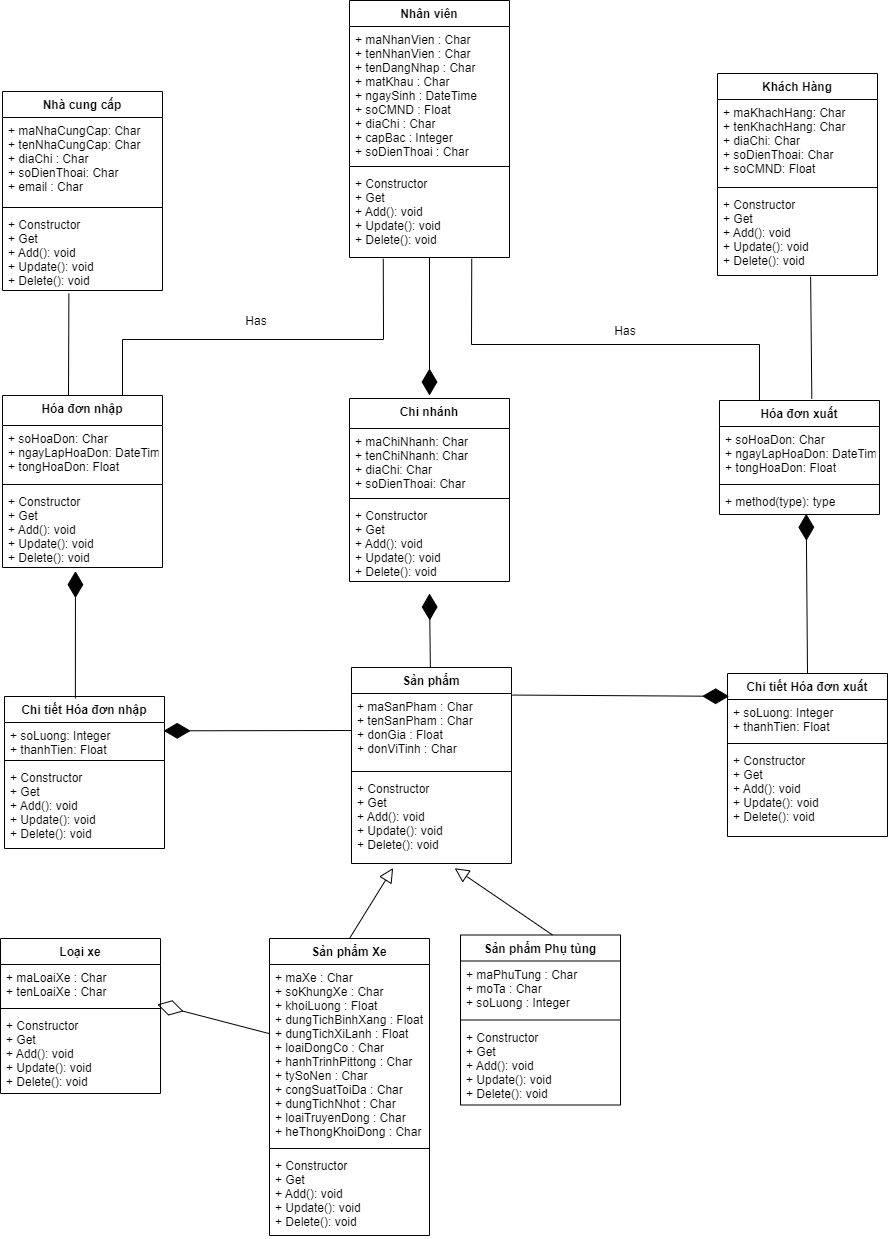
The draw.io diagram Sơ Đồ Class.png in ChauCongTu/thiet-ke-linh-tinh, before a commit. Source tidied: cells renumbered, new cells last; positions are measured from the earlier drawing's top-left corner, leaving out a move shared by most shapes.
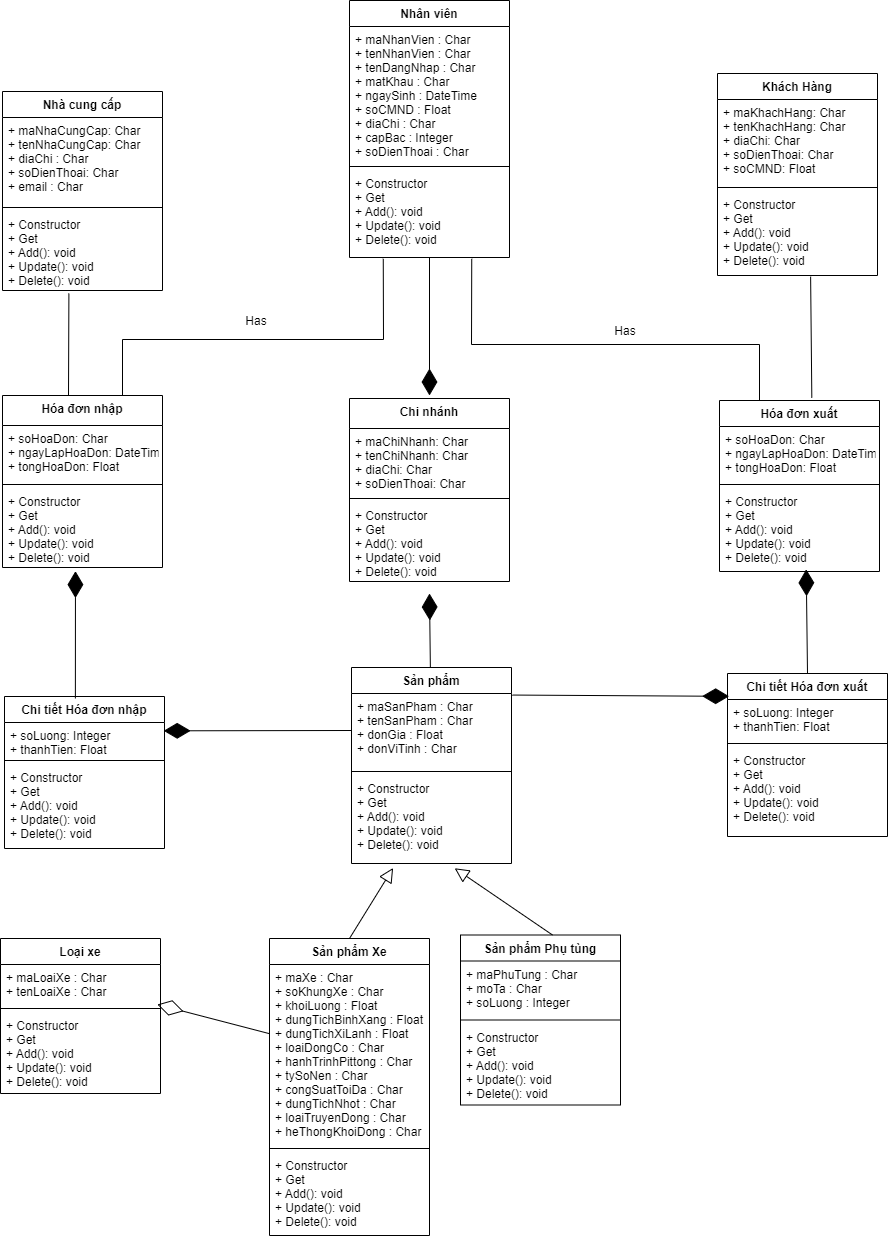
Above is the later version.

Commit message:
Cập nhật Sơ Đồ Class.png

The edit, as a diff of the source:
```diff
@@ -123,7 +123,7 @@
       <mxGeometry y="68" width="160" height="84" as="geometry" />
     </mxCell>
     <mxCell id="42" value="Hóa đơn xuất" style="swimlane;fontStyle=1;align=center;verticalAlign=top;horizontal=1;startSize=26;" parent="1" vertex="1">
-      <mxGeometry x="719" y="400" width="160" height="114" as="geometry" />
+      <mxGeometry x="719" y="400" width="160" height="171" as="geometry" />
     </mxCell>
     <mxCell id="43" value="+ soHoaDon: Char&#10;+ ngayLapHoaDon: DateTime&#10;+ tongHoaDon: Float" style="text;strokeColor=none;fillColor=none;align=left;verticalAlign=top;spacingLeft=4;spacingRight=4;overflow=hidden;" parent="42" vertex="1">
       <mxGeometry y="26" width="160" height="54" as="geometry" />
@@ -131,8 +131,8 @@
     <mxCell id="44" style="line;strokeWidth=1;fillColor=none;align=left;verticalAlign=middle;spacingTop=-1;spacingLeft=3;spacingRight=3;labelPosition=right;strokeColor=inherit;" parent="42" vertex="1">
       <mxGeometry y="80" width="160" height="8" as="geometry" />
     </mxCell>
-    <mxCell id="45" value="+ method(type): type" style="text;strokeColor=none;fillColor=none;align=left;verticalAlign=top;spacingLeft=4;spacingRight=4;overflow=hidden;points=[[0,0.5],[1,0.5]];portConstraint=eastwest;" parent="42" vertex="1">
-      <mxGeometry y="88" width="160" height="26" as="geometry" />
+    <mxCell id="45" value="+ Constructor&#10;+ Get&#10;+ Add(): void&#10;+ Update(): void&#10;+ Delete(): void" style="text;strokeColor=none;fillColor=none;align=left;verticalAlign=top;spacingLeft=4;spacingRight=4;overflow=hidden;points=[[0,0.5],[1,0.5]];portConstraint=eastwest;" parent="42" vertex="1">
+      <mxGeometry y="88" width="160" height="83" as="geometry" />
     </mxCell>
     <mxCell id="46" style="endArrow=diamondThin;endFill=1;endSize=24;html=1;rounded=0;entryX=0.5;entryY=1;entryDx=0;entryDy=0;" parent="1" edge="1" source="30">
       <mxGeometry relative="1" as="geometry">
```
